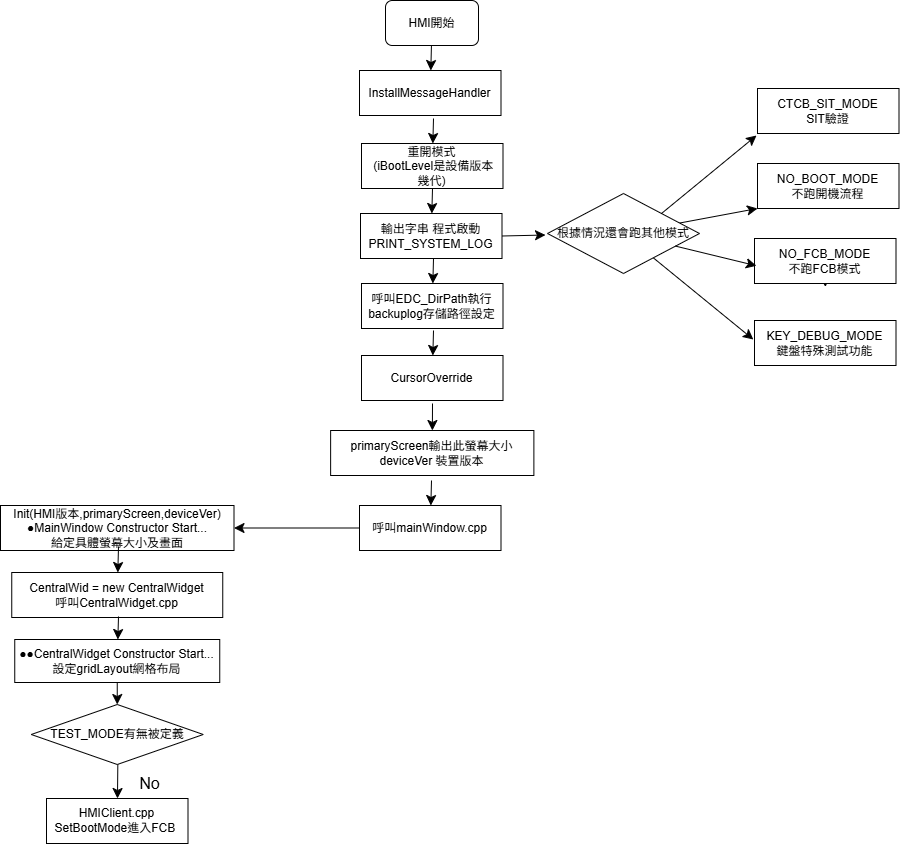
The draw.io diagram main流程圖.png in AXQuestion/-, before a commit. Source tidied: cells renumbered, new cells last; positions are measured from the earlier drawing's top-left corner, leaving out a move shared by most shapes.
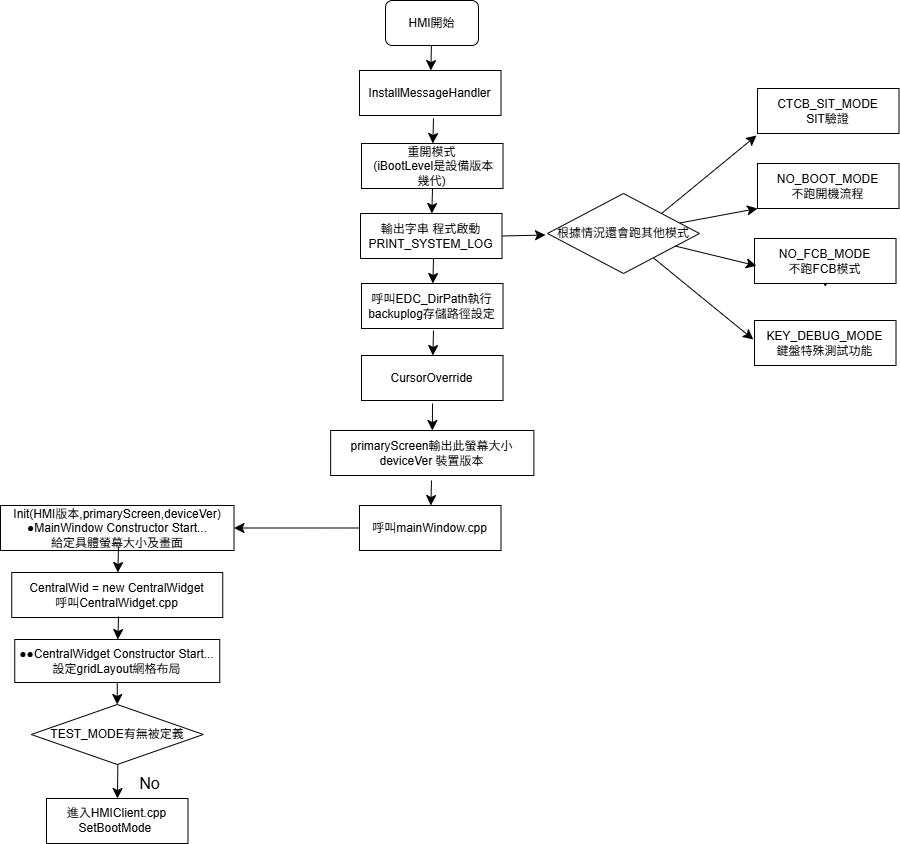
After the commit.

Commit message:
更新main流程圖.png

Diff of the diagram source:
```diff
@@ -133,7 +133,7 @@
     <mxCell id="36" value="TEST_MODE有無被定義" style="rhombus;whiteSpace=wrap;html=1;" parent="1" vertex="1">
       <mxGeometry x="30.8" y="704" width="172" height="60" as="geometry" />
     </mxCell>
-    <mxCell id="37" value="HMIClient.cpp&lt;div&gt;SetBootMode進入FCB&amp;nbsp;&lt;/div&gt;" style="rounded=0;whiteSpace=wrap;html=1;" parent="1" vertex="1">
+    <mxCell id="37" value="進入HMIClient.cpp&lt;div&gt;SetBootMode&amp;nbsp;&lt;/div&gt;" style="rounded=0;whiteSpace=wrap;html=1;" parent="1" vertex="1">
       <mxGeometry x="46" y="798" width="141.5" height="45" as="geometry" />
     </mxCell>
     <mxCell id="38" value="No" style="text;html=1;align=center;verticalAlign=middle;strokeColor=none;fillColor=none;fontSize=16;" parent="1" vertex="1">
```
